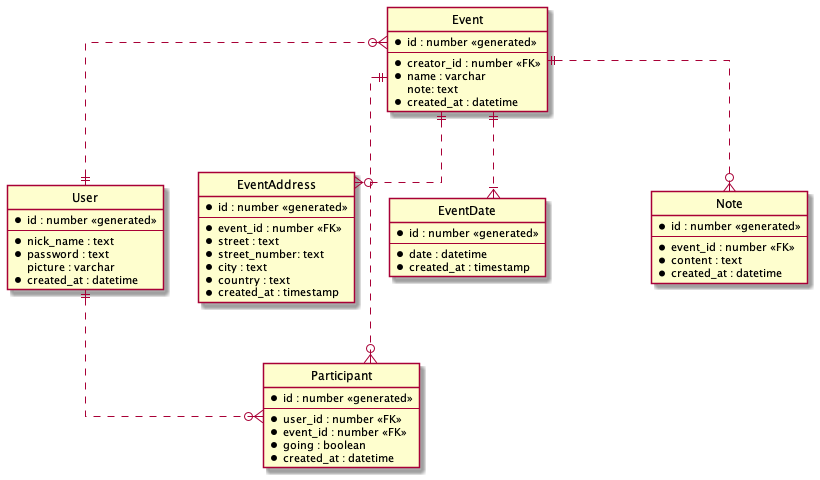
This is diagrams/M33tings.png from samuelgocnik/M33tings, a PlantUML export, as it was before one commit.
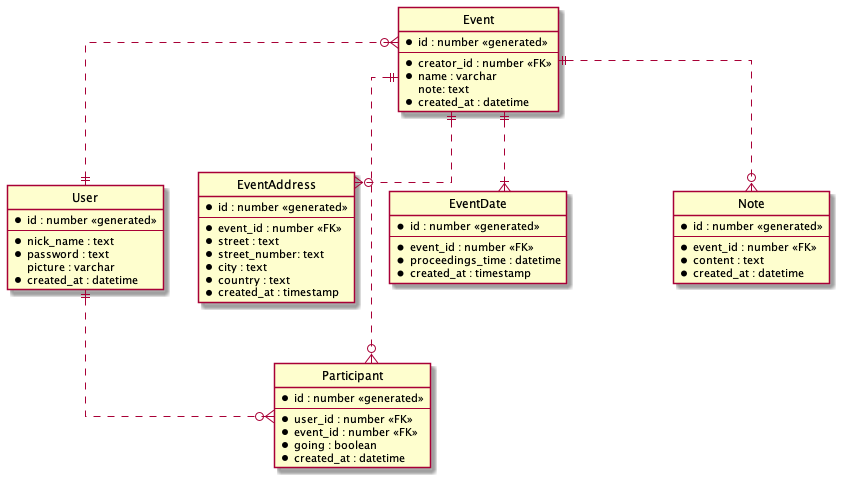
After the commit.

The edit, as a diff of the source:
```diff
@@ -25,18 +25,19 @@
 entity EventAddress {
     * id : number <<generated>>
     --
-    *event_id : number <<FK>>
-    *street : text
-    *street_number: text
-    *city : text
-    *country : text
-    *created_at : timestamp
+    * event_id : number <<FK>>
+    * street : text
+    * street_number: text
+    * city : text
+    * country : text
+    * created_at : timestamp
 }
 
 entity EventDate {
     * id : number <<generated>>
     --
-    * date : datetime
+    * event_id : number <<FK>>
+    * proceedings_time : datetime
     * created_at : timestamp
 }
 
```
